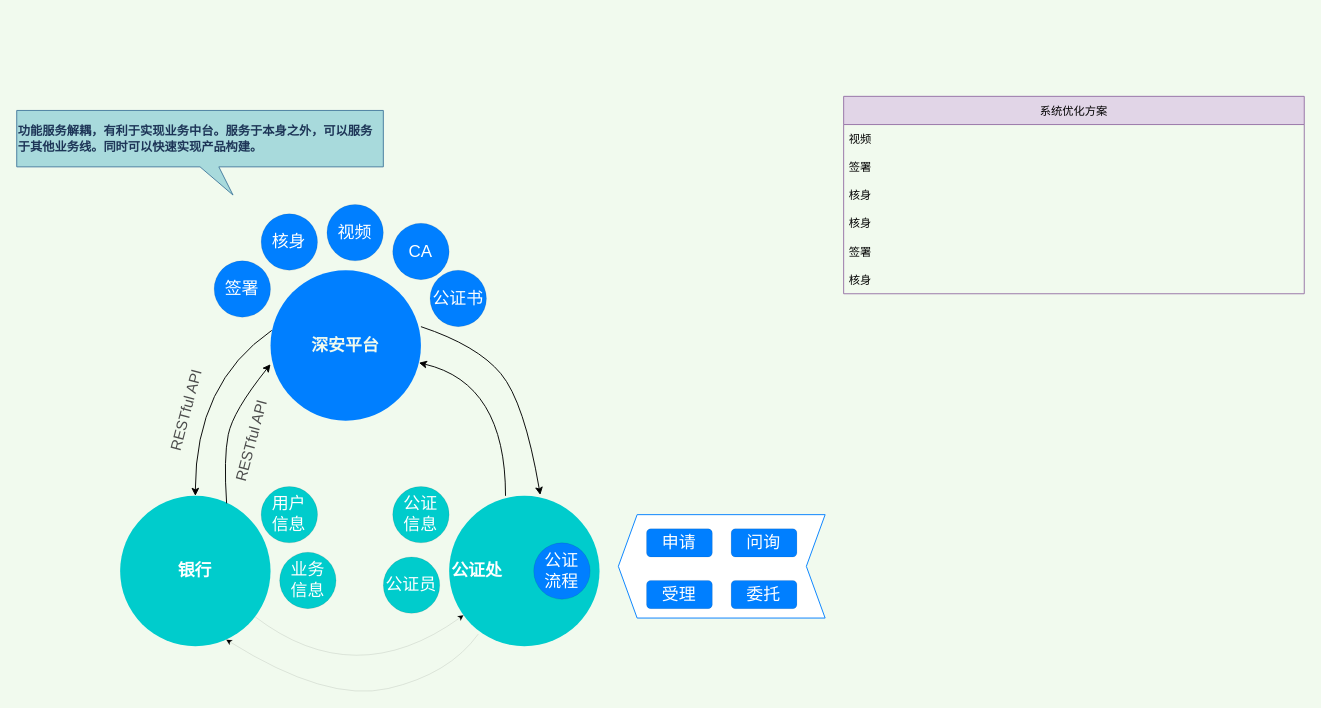
This is page "梳理赋强" (1 of 2) of 赋强创新思路.drawio from wuyongfeng/wuyongfeng, a draw.io file, before an edit. Source tidied: cells renumbered, new cells numbered last; positions are measured from the earlier drawing's top-left corner, leaving out a move shared by most shapes. Both pictures are drawn from the tidied source at 94%, with x=0, y=0 at pixel (16, 96).
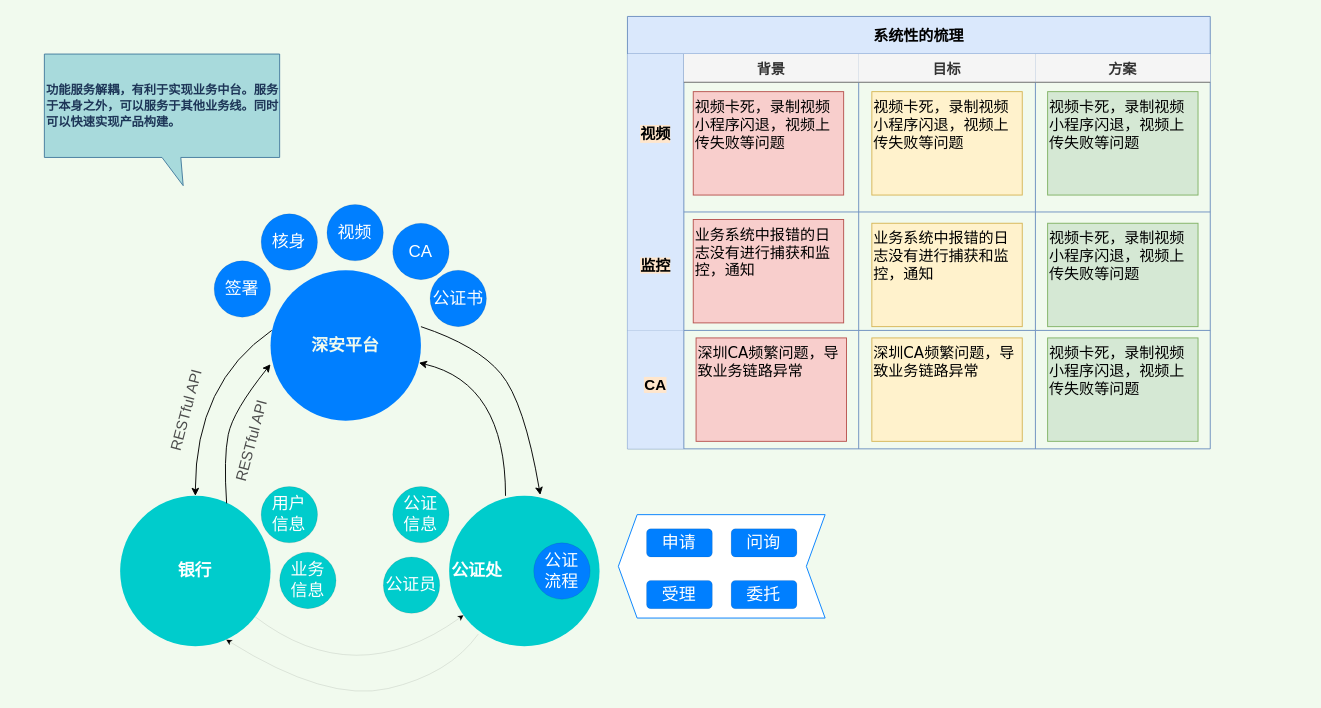
The same diagram, later.

Commit message:
Update 赋强创新思路.drawio

The edit, as a diff of the source:
```diff
@@
     <mxCell id="29" value="&lt;div&gt;&lt;div&gt;&lt;span style=&quot;font-family: &amp;#34;larkhacksafarifont&amp;#34; , &amp;#34;larkemojifont&amp;#34; , &amp;#34;larkchinesequote&amp;#34; , , &amp;#34;blinkmacsystemfont&amp;#34; , &amp;#34;helvetica neue&amp;#34; , &amp;#34;arial&amp;#34; , &amp;#34;segoe ui&amp;#34; , &amp;#34;pingfang sc&amp;#34; , &amp;#34;microsoft yahei&amp;#34; , &amp;#34;hiragino sans gb&amp;#34; , sans-serif , &amp;#34;apple color emoji&amp;#34; , &amp;#34;segoe ui emoji&amp;#34; , &amp;#34;segoe ui symbol&amp;#34; , &amp;#34;noto color emoji&amp;#34;&quot;&gt;&lt;span style=&quot;font-size: 13px&quot;&gt;功能服务解耦，有利于实现业务中台。服务于本身之外，可以服务于其他业务线。同时可以快速实现产品构建。&lt;/span&gt;&lt;/span&gt;&lt;/div&gt;&lt;/div&gt;" style="shape=callout;whiteSpace=wrap;html=1;perimeter=calloutPerimeter;labelBackgroundColor=none;labelBorderColor=none;fontSize=14;fillColor=#A8DADC;strokeColor=#457B9D;fontColor=#1D3557;fontStyle=1;align=left;position2=0.59;" parent="1" vertex="1">
-      <mxGeometry x="0.3" y="15" width="390" height="90" as="geometry" />
+      <mxGeometry x="29.7" y="-45" width="250.3" height="140" as="geometry" />
     </mxCell>
-    <mxCell id="30" value="系统优化方案" style="swimlane;fontStyle=0;horizontal=1;startSize=30;fillColor=#e1d5e7;strokeColor=#9673a6;" parent="1" vertex="1">
-      <mxGeometry x="880" width="490" height="210" as="geometry" />
-    </mxCell>
+    <mxCell id="37" value="系统性的梳理" style="shape=table;childLayout=tableLayout;startSize=40;fontStyle=1;fillColor=#dae8fc;strokeColor=#6c8ebf;fontSize=16;verticalAlign=middle;" parent="1" vertex="1">
+      <mxGeometry x="650" y="-85" width="620" height="460" as="geometry" />
+    </mxCell>
+    <mxCell id="38" style="shape=tableRow;horizontal=0;startSize=60;swimlaneHead=0;swimlaneBody=0;top=0;left=0;bottom=0;right=0;fontStyle=1;labelPosition=center;verticalLabelPosition=middle;align=center;verticalAlign=middle;fontFamily=Verdana;textDirection=ltr;flipH=0;flipV=0;swimlaneFillColor=none;rounded=0;shadow=0;sketch=0;fontSize=14;fillColor=#dae8fc;strokeColor=#6c8ebf;" parent="37" vertex="1">
+      <mxGeometry y="40" width="620" height="168" as="geometry" />
+    </mxCell>
+    <mxCell id="39" value="背景" style="swimlane;swimlaneHead=0;swimlaneBody=0;fontStyle=0;fillColor=#f5f5f5;startSize=30;fontStyle=1;strokeColor=#666666;fontSize=15;fontColor=#333333;" parent="38" vertex="1">
+      <mxGeometry x="60" width="186" height="168" as="geometry" />
+    </mxCell>
+    <mxCell id="40" value="视频卡死，录制视频小程序闪退，视频上传失败等问题" style="text;whiteSpace=wrap;html=1;fontSize=16;fontFamily=Verdana;fillColor=#f8cecc;strokeColor=#b85450;" parent="39" vertex="1">
+      <mxGeometry x="10" y="40" width="160" height="110" as="geometry" />
+    </mxCell>
+    <mxCell id="41" value="目标" style="swimlane;swimlaneHead=0;swimlaneBody=0;fontStyle=0;fillColor=#f5f5f5;startSize=30;fontStyle=1;strokeColor=#666666;fontSize=15;fontColor=#333333;" parent="38" vertex="1">
+      <mxGeometry x="246" width="188" height="168" as="geometry" />
+    </mxCell>
+    <mxCell id="42" value="视频卡死，录制视频小程序闪退，视频上传失败等问题" style="text;whiteSpace=wrap;html=1;fontSize=16;fontFamily=Verdana;fillColor=#fff2cc;strokeColor=#d6b656;" parent="41" vertex="1">
+      <mxGeometry x="14" y="40" width="160" height="110" as="geometry" />
+    </mxCell>
+    <mxCell id="43" value="方案" style="swimlane;swimlaneHead=0;swimlaneBody=0;fontStyle=0;fillColor=#f5f5f5;startSize=30;fontStyle=1;strokeColor=#666666;fontSize=15;fontColor=#333333;" parent="38" vertex="1">
+      <mxGeometry x="434" width="186" height="168" as="geometry" />
+    </mxCell>
+    <mxCell id="44" value="视频卡死，录制视频小程序闪退，视频上传失败等问题" style="text;whiteSpace=wrap;html=1;fontSize=16;fontFamily=Verdana;fillColor=#d5e8d4;strokeColor=#82b366;" parent="43" vertex="1">
+      <mxGeometry x="13" y="40" width="160" height="110" as="geometry" />
+    </mxCell>
+    <mxCell id="45" style="shape=tableRow;horizontal=0;startSize=60;swimlaneHead=0;swimlaneBody=0;top=0;left=0;bottom=0;right=0;fillColor=#dae8fc;fontStyle=1;labelPosition=center;verticalLabelPosition=middle;align=center;verticalAlign=middle;strokeColor=#6c8ebf;" parent="37" vertex="1">
+      <mxGeometry y="208" width="620" height="126" as="geometry" />
+    </mxCell>
+    <mxCell id="46" style="swimlane;swimlaneHead=0;swimlaneBody=0;fontStyle=0;fillColor=#DAE8FC;startSize=0;fontStyle=1;strokeColor=#666666;fontColor=#333333;" parent="45" vertex="1">
+      <mxGeometry x="60" width="186" height="126" as="geometry" />
+    </mxCell>
+    <mxCell id="47" value="业务系统中报错的日志没有进行捕获和监控，通知" style="text;whiteSpace=wrap;html=1;fontSize=16;fontFamily=Verdana;fillColor=#f8cecc;strokeColor=#b85450;" parent="46" vertex="1">
+      <mxGeometry x="10" y="8" width="160" height="110" as="geometry" />
+    </mxCell>
+    <mxCell id="48" style="swimlane;swimlaneHead=0;swimlaneBody=0;fontStyle=0;fillColor=#dae8fc;startSize=0;fontStyle=1;strokeColor=#6c8ebf;" parent="45" vertex="1">
+      <mxGeometry x="246" width="188" height="126" as="geometry" />
+    </mxCell>
+    <mxCell id="49" value="业务系统中报错的日志没有进行捕获和监控，通知" style="text;whiteSpace=wrap;html=1;fontSize=16;fontFamily=Verdana;fillColor=#fff2cc;strokeColor=#d6b656;" parent="48" vertex="1">
+      <mxGeometry x="14" y="12" width="160" height="110" as="geometry" />
+    </mxCell>
+    <mxCell id="50" style="swimlane;swimlaneHead=0;swimlaneBody=0;fontStyle=0;fillColor=#dae8fc;startSize=0;fontStyle=1;strokeColor=#6c8ebf;" parent="45" vertex="1">
+      <mxGeometry x="434" width="186" height="126" as="geometry" />
+    </mxCell>
+    <mxCell id="51" value="视频卡死，录制视频小程序闪退，视频上传失败等问题" style="text;whiteSpace=wrap;html=1;fontSize=16;fontFamily=Verdana;fillColor=#d5e8d4;strokeColor=#82b366;" parent="50" vertex="1">
+      <mxGeometry x="13" y="12" width="160" height="110" as="geometry" />
+    </mxCell>
+    <mxCell id="52" style="shape=tableRow;horizontal=0;startSize=60;swimlaneHead=0;swimlaneBody=0;top=0;left=0;bottom=0;right=0;fillColor=#dae8fc;fontStyle=1;labelPosition=center;verticalLabelPosition=middle;align=center;verticalAlign=middle;strokeColor=#6c8ebf;" parent="37" vertex="1">
+      <mxGeometry y="334" width="620" height="126" as="geometry" />
+    </mxCell>
+    <mxCell id="53" style="swimlane;swimlaneHead=0;swimlaneBody=0;fontStyle=0;fillColor=#dae8fc;startSize=0;fontStyle=1;strokeColor=#6c8ebf;" parent="52" vertex="1">
+      <mxGeometry x="60" width="186" height="126" as="geometry" />
+    </mxCell>
+    <mxCell id="54" value="深圳CA频繁问题，导致业务链路异常" style="text;whiteSpace=wrap;html=1;fontSize=16;fontFamily=Verdana;fillColor=#f8cecc;strokeColor=#b85450;" parent="53" vertex="1">
+      <mxGeometry x="13" y="8" width="160" height="110" as="geometry" />
+    </mxCell>
+    <mxCell id="55" style="swimlane;swimlaneHead=0;swimlaneBody=0;fontStyle=0;fillColor=#dae8fc;startSize=0;fontStyle=1;strokeColor=#6c8ebf;" parent="52" vertex="1">
+      <mxGeometry x="246" width="188" height="126" as="geometry" />
+    </mxCell>
+    <mxCell id="56" value="深圳CA频繁问题，导致业务链路异常" style="text;whiteSpace=wrap;html=1;fontSize=16;fontFamily=Verdana;fillColor=#fff2cc;strokeColor=#d6b656;" parent="55" vertex="1">
+      <mxGeometry x="14" y="8" width="160" height="110" as="geometry" />
+    </mxCell>
+    <mxCell id="57" style="swimlane;swimlaneHead=0;swimlaneBody=0;fontStyle=0;fillColor=#dae8fc;startSize=0;fontStyle=1;strokeColor=#6c8ebf;" parent="52" vertex="1">
+      <mxGeometry x="434" width="186" height="126" as="geometry" />
+    </mxCell>
+    <mxCell id="58" value="视频卡死，录制视频小程序闪退，视频上传失败等问题" style="text;whiteSpace=wrap;html=1;fontSize=16;fontFamily=Verdana;fillColor=#d5e8d4;strokeColor=#82b366;" parent="57" vertex="1">
+      <mxGeometry x="13" y="8" width="160" height="110" as="geometry" />
+    </mxCell>
-    <mxCell id="31" value="视频" style="text;strokeColor=none;fillColor=none;align=left;verticalAlign=middle;spacingLeft=4;spacingRight=4;overflow=hidden;" parent="30" vertex="1">
-      <mxGeometry y="30" width="490" height="30" as="geometry" />
+    <mxCell id="31" value="&lt;span style=&quot;font-weight: 700; background-color: rgb(255, 230, 204); font-size: 16px;&quot;&gt;视频&lt;/span&gt;" style="text;html=1;strokeColor=none;fillColor=none;align=center;verticalAlign=middle;whiteSpace=wrap;rounded=0;shadow=0;sketch=0;fontFamily=Verdana;fontSize=16;" parent="1" vertex="1">
+      <mxGeometry x="650" y="25" width="60" height="30" as="geometry" />
     </mxCell>
-    <mxCell id="32" value="签署" style="text;strokeColor=none;fillColor=none;align=left;verticalAlign=middle;spacingLeft=4;spacingRight=4;overflow=hidden;" parent="30" vertex="1">
-      <mxGeometry y="60" width="490" height="30" as="geometry" />
-    </mxCell>
-    <mxCell id="33" value="核身" style="text;strokeColor=none;fillColor=none;align=left;verticalAlign=middle;spacingLeft=4;spacingRight=4;overflow=hidden;" parent="30" vertex="1">
-      <mxGeometry y="90" width="490" height="30" as="geometry" />
-    </mxCell>
-    <mxCell id="34" value="核身" style="text;strokeColor=none;fillColor=none;align=left;verticalAlign=middle;spacingLeft=4;spacingRight=4;overflow=hidden;" parent="30" vertex="1">
-      <mxGeometry y="120" width="490" height="30" as="geometry" />
-    </mxCell>
-    <mxCell id="35" value="签署" style="text;strokeColor=none;fillColor=none;align=left;verticalAlign=middle;spacingLeft=4;spacingRight=4;overflow=hidden;" parent="30" vertex="1">
-      <mxGeometry y="150" width="490" height="30" as="geometry" />
-    </mxCell>
-    <mxCell id="36" value="核身" style="text;strokeColor=none;fillColor=none;align=left;verticalAlign=middle;spacingLeft=4;spacingRight=4;overflow=hidden;" parent="30" vertex="1">
-      <mxGeometry y="180" width="490" height="30" as="geometry" />
-    </mxCell>
+    <mxCell id="59" value="&lt;span style=&quot;font-family: helvetica; font-size: 16px; font-weight: 700; background-color: rgb(255, 230, 204);&quot;&gt;监控&lt;/span&gt;" style="text;html=1;strokeColor=none;fillColor=none;align=center;verticalAlign=middle;whiteSpace=wrap;rounded=0;shadow=0;sketch=0;fontFamily=Verdana;fontSize=16;" parent="1" vertex="1">
+      <mxGeometry x="650" y="165" width="60" height="30" as="geometry" />
+    </mxCell>
+    <mxCell id="60" value="&lt;span style=&quot;font-family: helvetica; font-size: 16px; font-weight: 700; background-color: rgb(255, 230, 204);&quot;&gt;CA&lt;/span&gt;" style="text;html=1;strokeColor=none;fillColor=none;align=center;verticalAlign=middle;whiteSpace=wrap;rounded=0;shadow=0;sketch=0;fontFamily=Verdana;fontSize=16;" parent="1" vertex="1">
+      <mxGeometry x="650" y="292.4" width="60" height="30" as="geometry" />
+    </mxCell>
```
